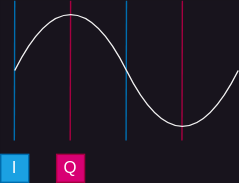
This is figures/iq_0.drawio.svg from perlindgren/iq-sample, a draw.io export, as it was before one commit. Source tidied: cells renumbered, new cells last; positions are measured from the earlier drawing's top-left corner, leaving out a move shared by most shapes. Source of this version:
```xml
<mxGraphModel>
  <root>
    <mxCell id="0" />
    <mxCell id="1" parent="0" />
    <mxCell id="2" style="endArrow=none;html=1;rounded=0;fillColor=#1ba1e2;strokeColor=#006EAF;" parent="1" edge="1">
      <mxGeometry relative="1" as="geometry">
        <mxPoint x="9.7" y="130" as="sourcePoint" />
        <mxPoint x="10" y="30" as="targetPoint" />
      </mxGeometry>
    </mxCell>
    <mxCell id="3" style="endArrow=none;html=1;rounded=0;fillColor=#1ba1e2;strokeColor=#006EAF;" parent="1" edge="1">
      <mxGeometry relative="1" as="geometry">
        <mxPoint x="89.7" y="130" as="sourcePoint" />
        <mxPoint x="90" y="30" as="targetPoint" />
      </mxGeometry>
    </mxCell>
    <mxCell id="4" style="endArrow=none;html=1;rounded=0;fillColor=#d80073;strokeColor=#A50040;" parent="1" edge="1">
      <mxGeometry relative="1" as="geometry">
        <mxPoint x="49.7" y="130" as="sourcePoint" />
        <mxPoint x="50" y="30" as="targetPoint" />
      </mxGeometry>
    </mxCell>
    <mxCell id="5" value="I" style="text;html=1;align=center;verticalAlign=middle;whiteSpace=wrap;rounded=0;fillColor=#1ba1e2;fontColor=#ffffff;strokeColor=#006EAF;" parent="1" vertex="1">
      <mxGeometry y="140" width="20" height="20" as="geometry" />
    </mxCell>
    <mxCell id="6" value="Q" style="text;html=1;align=center;verticalAlign=middle;whiteSpace=wrap;rounded=0;fillColor=#d80073;fontColor=#ffffff;strokeColor=#A50040;" parent="1" vertex="1">
      <mxGeometry x="40" y="140" width="20" height="20" as="geometry" />
    </mxCell>
    <mxCell id="7" style="endArrow=none;html=1;rounded=0;fillColor=#d80073;strokeColor=#A50040;" parent="1" edge="1">
      <mxGeometry relative="1" as="geometry">
        <mxPoint x="129.7" y="130" as="sourcePoint" />
        <mxPoint x="130" y="30" as="targetPoint" />
      </mxGeometry>
    </mxCell>
    <mxCell id="8" style="curved=1;endArrow=none;html=1;rounded=0;endFill=0;" parent="1" edge="1">
      <mxGeometry relative="1" as="geometry">
        <mxPoint x="10" y="80" as="sourcePoint" />
        <mxPoint x="170" y="80" as="targetPoint" />
        <Array as="points">
          <mxPoint x="50" />
          <mxPoint x="130" y="160" />
        </Array>
      </mxGeometry>
    </mxCell>
  </root>
</mxGraphModel>
```
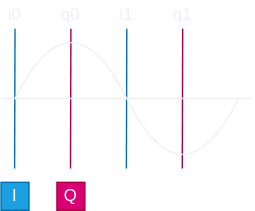
After the commit.

What changed in the source:
```diff
@@ -42,5 +42,23 @@
         </Array>
       </mxGeometry>
     </mxCell>
+    <mxCell id="9" value="i0" style="text;html=1;align=center;verticalAlign=middle;whiteSpace=wrap;rounded=0;" parent="1" vertex="1">
+      <mxGeometry y="10" width="20" height="20" as="geometry" />
+    </mxCell>
+    <mxCell id="10" value="i1" style="text;html=1;align=center;verticalAlign=middle;whiteSpace=wrap;rounded=0;" parent="1" vertex="1">
+      <mxGeometry x="80" y="10" width="20" height="20" as="geometry" />
+    </mxCell>
+    <mxCell id="11" value="q0" style="text;html=1;align=center;verticalAlign=middle;whiteSpace=wrap;rounded=0;" parent="1" vertex="1">
+      <mxGeometry x="40" y="10" width="20" height="20" as="geometry" />
+    </mxCell>
+    <mxCell id="12" value="q1" style="text;html=1;align=center;verticalAlign=middle;whiteSpace=wrap;rounded=0;" parent="1" vertex="1">
+      <mxGeometry x="120" y="10" width="20" height="20" as="geometry" />
+    </mxCell>
+    <mxCell id="13" style="endArrow=none;html=1;rounded=0;" parent="1" edge="1">
+      <mxGeometry relative="1" as="geometry">
+        <mxPoint y="80" as="sourcePoint" />
+        <mxPoint x="180" y="80" as="targetPoint" />
+      </mxGeometry>
+    </mxCell>
   </root>
 </mxGraphModel>
```
